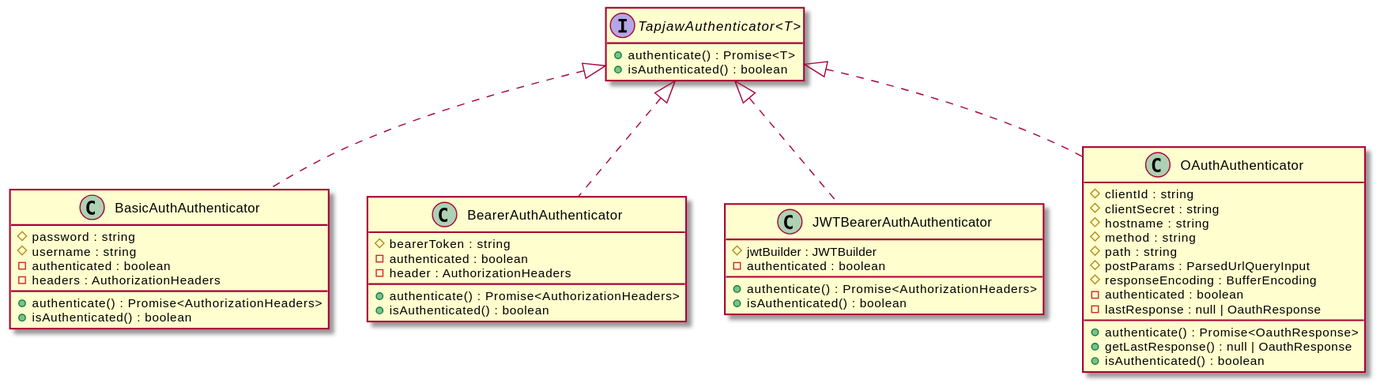
The PlantUML diagram docs/assets/TapjawAuthenticator-umlClassDiagram-32.svg in digidip/tapjaw-importer, before a commit.
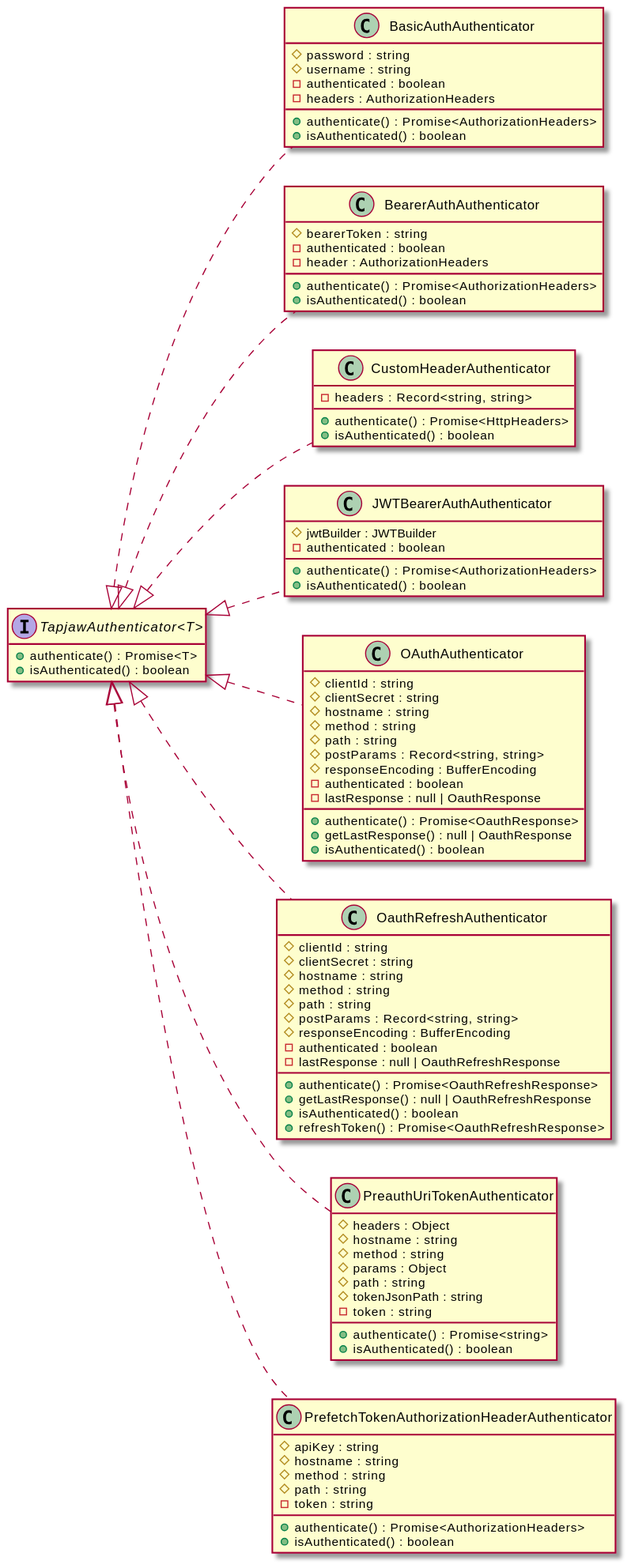
Later version of the same file.

What changed in the source:
```diff
@@ -1,5 +1,6 @@
 @startuml
 skinparam BackgroundColor transparent
+left to right direction
 hide empty methods
 hide empty fields
 interface "TapjawAuthenticator<T>" {
@@ -23,6 +24,12 @@
     +isAuthenticated() : boolean
 }
 "TapjawAuthenticator<T>" <|.. "BearerAuthAuthenticator"
+class "CustomHeaderAuthenticator" {
+    -headers : Record<string, string>
+    +authenticate() : Promise<HttpHeaders>
+    +isAuthenticated() : boolean
+}
+"TapjawAuthenticator<T>" <|.. "CustomHeaderAuthenticator"
 class "JWTBearerAuthAuthenticator" {
     #jwtBuilder : JWTBuilder
     -authenticated : boolean
@@ -36,7 +43,7 @@
     #hostname : string
     #method : string
     #path : string
-    #postParams : ParsedUrlQueryInput
+    #postParams : Record<string, string>
     #responseEncoding : BufferEncoding
     -authenticated : boolean
     -lastResponse : null | OauthResponse
@@ -45,4 +52,42 @@
     +isAuthenticated() : boolean
 }
 "TapjawAuthenticator<T>" <|.. "OAuthAuthenticator"
+class "OauthRefreshAuthenticator" {
+    #clientId : string
+    #clientSecret : string
+    #hostname : string
+    #method : string
+    #path : string
+    #postParams : Record<string, string>
+    #responseEncoding : BufferEncoding
+    -authenticated : boolean
+    -lastResponse : null | OauthRefreshResponse
+    +authenticate() : Promise<OauthRefreshResponse>
+    +getLastResponse() : null | OauthRefreshResponse
+    +isAuthenticated() : boolean
+    +refreshToken() : Promise<OauthRefreshResponse>
+}
+"TapjawAuthenticator<T>" <|.. "OauthRefreshAuthenticator"
+class "PreauthUriTokenAuthenticator" {
+    #headers : Object
+    #hostname : string
+    #method : string
+    #params : Object
+    #path : string
+    #tokenJsonPath : string
+    -token : string
+    +authenticate() : Promise<string>
+    +isAuthenticated() : boolean
+}
+"TapjawAuthenticator<T>" <|.. "PreauthUriTokenAuthenticator"
+class "PrefetchTokenAuthorizationHeaderAuthenticator" {
+    #apiKey : string
+    #hostname : string
+    #method : string
+    #path : string
+    -token : string
+    +authenticate() : Promise<AuthorizationHeaders>
+    +isAuthenticated() : boolean
+}
+"TapjawAuthenticator<T>" <|.. "PrefetchTokenAuthorizationHeaderAuthenticator"
 @enduml
```
